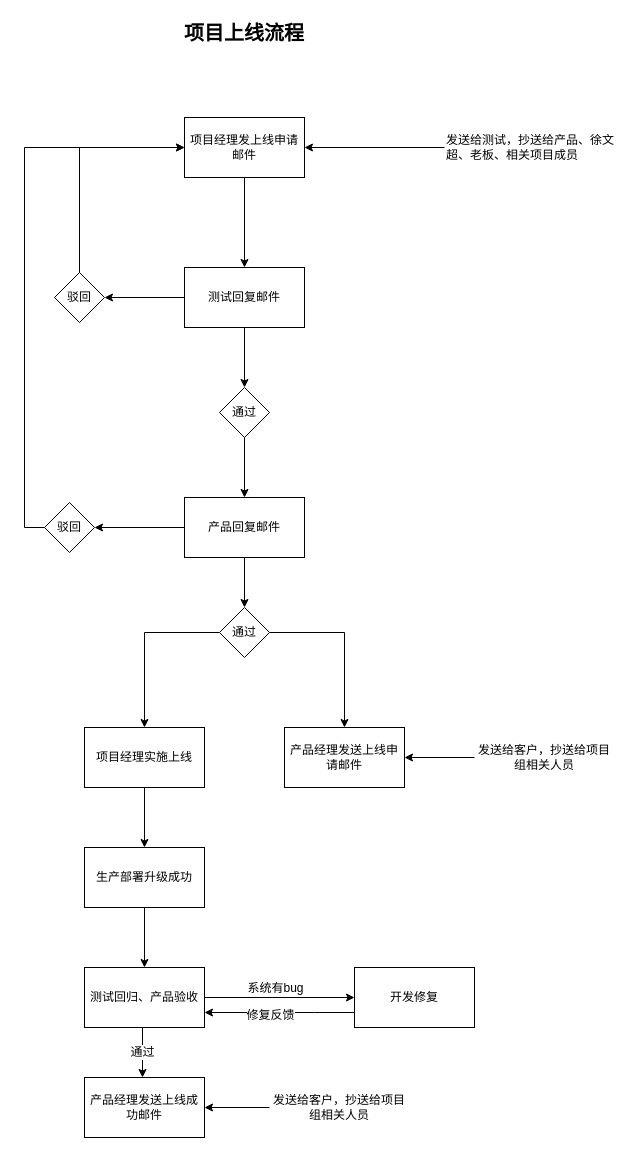
This is 上线邮件流程.drawio from ammengke/my-drawio, a draw.io file, before an edit. Source tidied: cells renumbered, new cells numbered last; positions are measured from the earlier drawing's top-left corner, leaving out a move shared by most shapes. Both pictures are drawn from the tidied source at 100%, with x=0, y=0 at pixel (24, 17).
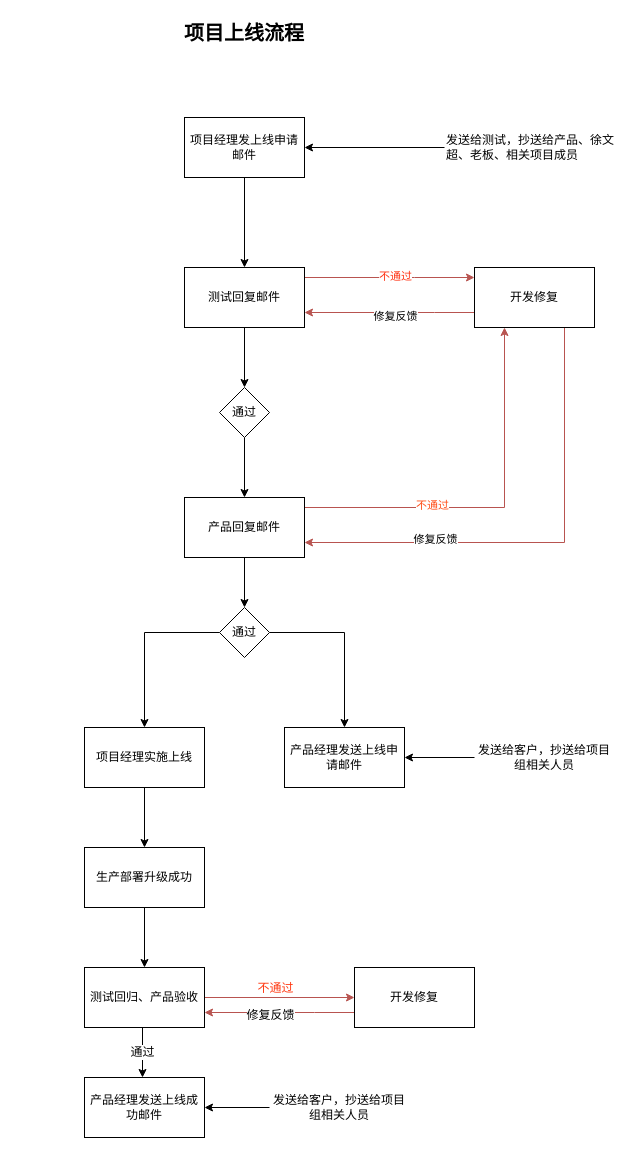
The same diagram, later.

Commit message (it also covers changes not shown here):
更新上线邮件流程.drawio

The change refers to these unchanged cells:
```xml
<mxCell id="3" value="项目经理发上线申请邮件" style="rounded=0;whiteSpace=wrap;html=1;" parent="1" vertex="1">
  <mxGeometry x="160" y="100" width="120" height="60" as="geometry" />
</mxCell>
<mxCell id="9" value="测试回复邮件" style="rounded=0;whiteSpace=wrap;html=1;fontSize=12;align=center;" parent="1" vertex="1">
  <mxGeometry x="160" y="250" width="120" height="60" as="geometry" />
</mxCell>
<mxCell id="16" value="产品回复邮件" style="rounded=0;whiteSpace=wrap;html=1;fontSize=12;align=center;" parent="1" vertex="1">
  <mxGeometry x="160" y="480" width="120" height="60" as="geometry" />
</mxCell>
<mxCell id="32" value="测试回归、产品验收" style="rounded=0;whiteSpace=wrap;html=1;" parent="1" vertex="1">
  <mxGeometry x="60" y="950" width="120" height="60" as="geometry" />
</mxCell>
<mxCell id="38" value="开发修复" style="rounded=0;whiteSpace=wrap;html=1;fontSize=12;align=center;" parent="1" vertex="1">
  <mxGeometry x="330" y="950" width="120" height="60" as="geometry" />
</mxCell>
```

The edit, as a diff of the source:
```diff
@@
-    <mxCell id="7" style="edgeStyle=orthogonalEdgeStyle;rounded=0;jettySize=auto;html=1;entryX=1;entryY=0.5;entryDx=0;entryDy=0;fontSize=12;" parent="1" edge="1" source="9" target="11">
-      <mxGeometry relative="1" as="geometry" />
-    </mxCell>
@@
+    <mxCell id="39" style="edgeStyle=orthogonalEdgeStyle;rounded=0;jettySize=auto;html=1;fillColor=#f8cecc;strokeColor=#b85450;" parent="1" edge="1" source="9" target="47">
+      <mxGeometry relative="1" as="geometry">
+        <Array as="points">
+          <mxPoint x="390" y="260" />
+          <mxPoint x="390" y="260" />
+        </Array>
+      </mxGeometry>
+    </mxCell>
+    <mxCell id="40" value="不通过" style="edgeLabel;html=1;align=center;verticalAlign=middle;fontColor=#FF3112;" parent="39" vertex="1">
+      <mxGeometry x="0.2" y="2" relative="1" as="geometry">
+        <mxPoint x="-12" as="offset" />
+      </mxGeometry>
+    </mxCell>
@@
-    <mxCell id="10" style="edgeStyle=orthogonalEdgeStyle;rounded=0;jettySize=auto;html=1;entryX=0;entryY=0.5;entryDx=0;entryDy=0;fontSize=12;" parent="1" edge="1" source="11" target="3">
-      <mxGeometry relative="1" as="geometry">
-        <Array as="points">
-          <mxPoint x="55" y="130" />
-        </Array>
-      </mxGeometry>
-    </mxCell>
-    <mxCell id="11" value="驳回" style="rhombus;whiteSpace=wrap;html=1;fontSize=12;align=center;" parent="1" vertex="1">
-      <mxGeometry x="30" y="255" width="50" height="50" as="geometry" />
-    </mxCell>
@@
-    <mxCell id="14" style="edgeStyle=orthogonalEdgeStyle;rounded=0;jettySize=auto;html=1;entryX=1;entryY=0.5;entryDx=0;entryDy=0;fontSize=12;" parent="1" edge="1" source="16" target="18">
-      <mxGeometry relative="1" as="geometry" />
-    </mxCell>
@@
+    <mxCell id="41" style="edgeStyle=orthogonalEdgeStyle;rounded=0;jettySize=auto;html=1;entryX=0.25;entryY=1;entryDx=0;entryDy=0;fillColor=#f8cecc;strokeColor=#b85450;" parent="1" edge="1" source="16" target="47">
+      <mxGeometry relative="1" as="geometry">
+        <Array as="points">
+          <mxPoint x="480" y="490" />
+        </Array>
+      </mxGeometry>
+    </mxCell>
+    <mxCell id="42" value="不通过" style="edgeLabel;html=1;align=center;verticalAlign=middle;fontColor=#FF4D17;" parent="41" vertex="1">
+      <mxGeometry x="-0.33" y="3" relative="1" as="geometry" />
+    </mxCell>
@@
-    <mxCell id="17" style="edgeStyle=orthogonalEdgeStyle;rounded=0;jettySize=auto;html=1;entryX=0;entryY=0.5;entryDx=0;entryDy=0;fontSize=12;" parent="1" edge="1" source="18" target="3">
-      <mxGeometry relative="1" as="geometry">
-        <Array as="points">
-          <mxPoint y="510" />
-          <mxPoint y="130" />
-        </Array>
-      </mxGeometry>
-    </mxCell>
-    <mxCell id="18" value="驳回" style="rhombus;whiteSpace=wrap;html=1;fontSize=12;align=center;" parent="1" vertex="1">
-      <mxGeometry x="20" y="485" width="50" height="50" as="geometry" />
-    </mxCell>
@@
-    <mxCell id="30" style="edgeStyle=orthogonalEdgeStyle;rounded=0;jettySize=auto;html=1;entryX=0;entryY=0.5;entryDx=0;entryDy=0;fontSize=12;" parent="1" edge="1" source="32" target="38">
+    <mxCell id="30" style="edgeStyle=orthogonalEdgeStyle;rounded=0;jettySize=auto;html=1;entryX=0;entryY=0.5;entryDx=0;entryDy=0;fontSize=12;fillColor=#f8cecc;strokeColor=#b85450;" parent="1" edge="1" source="32" target="38">
       <mxGeometry relative="1" as="geometry" />
     </mxCell>
-    <mxCell id="31" value="系统有bug" style="edgeLabel;html=1;align=center;verticalAlign=middle;fontSize=12;" parent="30" vertex="1">
+    <mxCell id="31" value="不通过" style="edgeLabel;html=1;align=center;verticalAlign=middle;fontSize=12;fontColor=#FF3912;" parent="30" vertex="1">
       <mxGeometry x="-0.15" relative="1" as="geometry">
         <mxPoint x="6" y="-10" as="offset" />
       </mxGeometry>
     </mxCell>
@@
-    <mxCell id="36" style="edgeStyle=orthogonalEdgeStyle;rounded=0;jettySize=auto;html=1;entryX=1;entryY=0.75;entryDx=0;entryDy=0;fontSize=12;" parent="1" edge="1" source="38" target="32">
+    <mxCell id="36" style="edgeStyle=orthogonalEdgeStyle;rounded=0;jettySize=auto;html=1;entryX=1;entryY=0.75;entryDx=0;entryDy=0;fontSize=12;fillColor=#f8cecc;strokeColor=#b85450;" parent="1" edge="1" source="38" target="32">
       <mxGeometry relative="1" as="geometry">
         <Array as="points">
           <mxPoint x="290" y="995" />
           <mxPoint x="290" y="995" />
         </Array>
       </mxGeometry>
     </mxCell>
@@
+    <mxCell id="43" style="edgeStyle=orthogonalEdgeStyle;rounded=0;jettySize=auto;html=1;entryX=1;entryY=0.75;entryDx=0;entryDy=0;fillColor=#f8cecc;strokeColor=#b85450;" parent="1" edge="1" source="47" target="9">
+      <mxGeometry relative="1" as="geometry">
+        <Array as="points">
+          <mxPoint x="410" y="295" />
+          <mxPoint x="410" y="295" />
+        </Array>
+      </mxGeometry>
+    </mxCell>
+    <mxCell id="44" value="修复反馈" style="edgeLabel;html=1;align=center;verticalAlign=middle;" parent="43" vertex="1">
+      <mxGeometry x="-0.25" y="3" relative="1" as="geometry">
+        <mxPoint x="-16" as="offset" />
+      </mxGeometry>
+    </mxCell>
+    <mxCell id="45" style="edgeStyle=orthogonalEdgeStyle;rounded=0;jettySize=auto;html=1;entryX=1;entryY=0.75;entryDx=0;entryDy=0;fillColor=#f8cecc;strokeColor=#b85450;" parent="1" edge="1" source="47" target="16">
+      <mxGeometry relative="1" as="geometry">
+        <Array as="points">
+          <mxPoint x="540" y="525" />
+        </Array>
+      </mxGeometry>
+    </mxCell>
+    <mxCell id="46" value="修复反馈" style="edgeLabel;html=1;align=center;verticalAlign=middle;" parent="45" vertex="1">
+      <mxGeometry x="-0.45" relative="1" as="geometry">
+        <mxPoint x="-130" y="80" as="offset" />
+      </mxGeometry>
+    </mxCell>
+    <mxCell id="47" value="开发修复" style="rounded=0;whiteSpace=wrap;html=1;fontSize=12;align=center;" parent="1" vertex="1">
+      <mxGeometry x="450" y="250" width="120" height="60" as="geometry" />
+    </mxCell>
```
